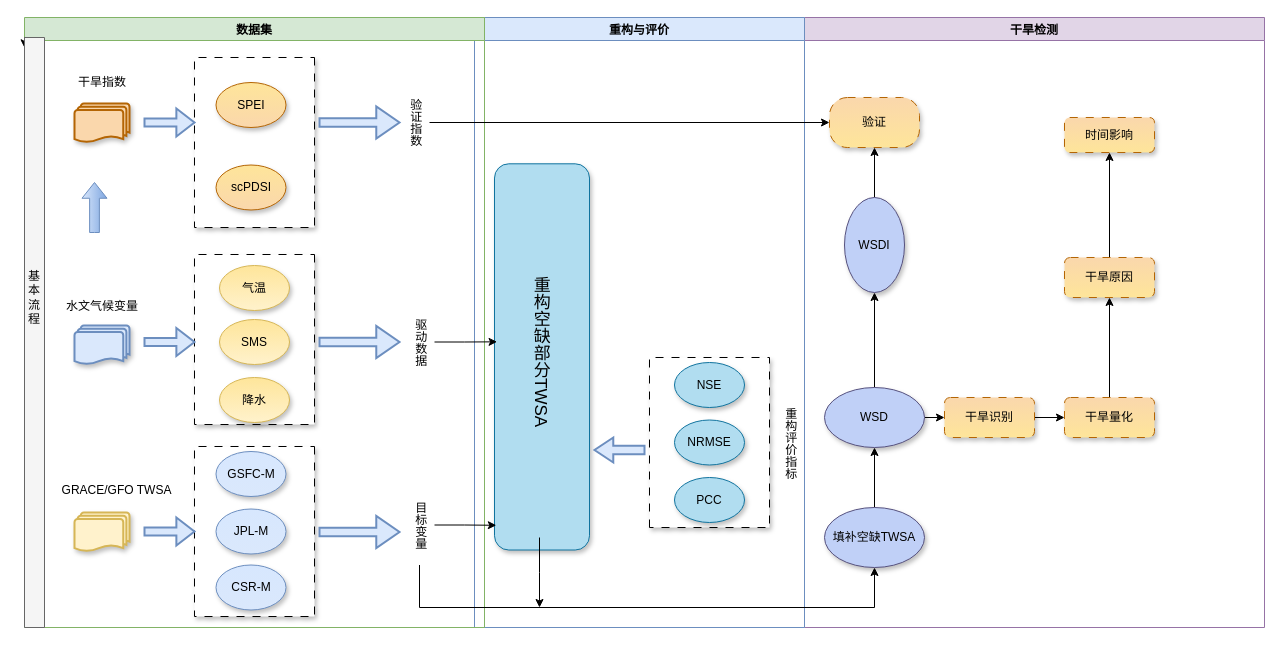
This is Drought.drawio from lesmorts/Notes, a draw.io file, before an edit. Source tidied: cells renumbered, new cells numbered last; positions are measured from the earlier drawing's top-left corner, leaving out a move shared by most shapes. Both pictures are drawn from the tidied source at 100%, with x=0, y=0 at pixel (24, 17).
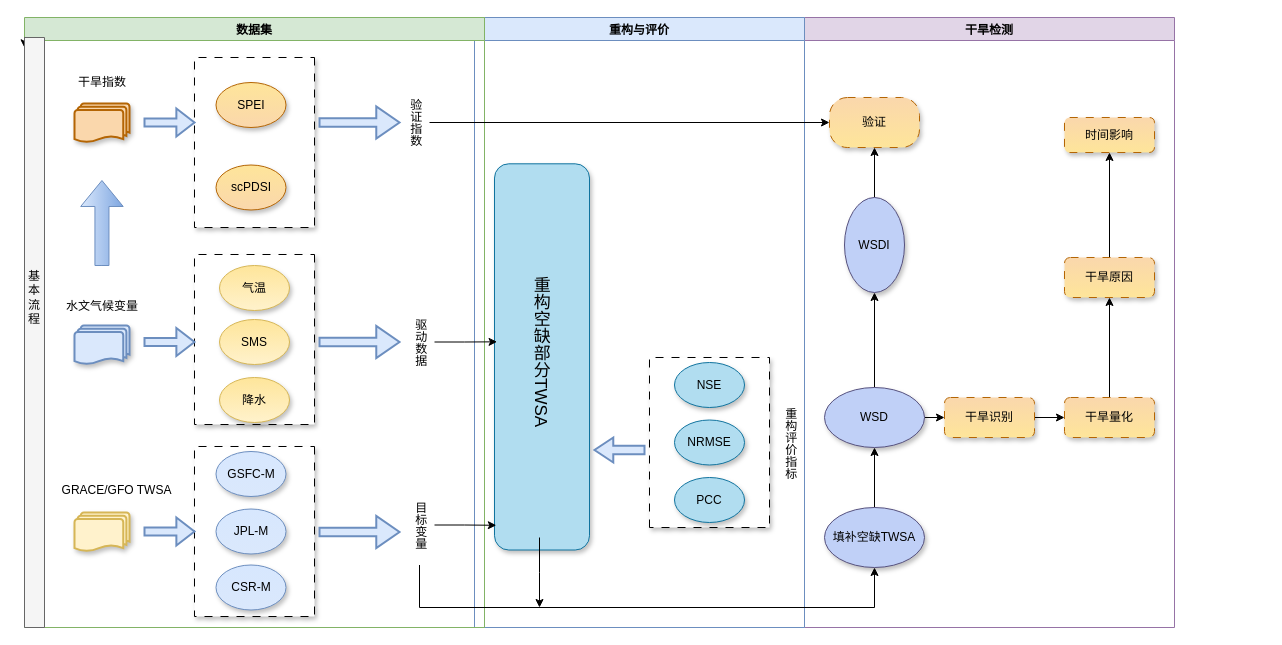
Above is the later version.

Unchanged cells that the change refers to:
```xml
<mxCell id="27" value="数据集" style="swimlane;fillColor=#d5e8d4;strokeColor=#82b366;" parent="1" vertex="1">
  <mxGeometry width="460" height="610" as="geometry" />
</mxCell>
```

Diff of the diagram source:
```diff
@@
     <mxCell id="2" value="干旱检测" style="swimlane;fillColor=#e1d5e7;strokeColor=#9673a6;" parent="1" vertex="1">
-      <mxGeometry x="780" width="460" height="610" as="geometry" />
+      <mxGeometry x="780" width="370" height="610" as="geometry" />
     </mxCell>
@@
-    <mxCell id="51" style="html=1;shadow=0;dashed=0;align=center;verticalAlign=middle;shape=mxgraph.arrows2.arrow;dy=0.61;dx=15.76;direction=north;notch=0;fillColor=#dae8fc;strokeColor=#6c8ebf;gradientColor=#7ea6e0;" parent="27" vertex="1">
-      <mxGeometry x="57.5" y="165" width="25" height="50" as="geometry" />
+    <mxCell id="51" style="html=1;shadow=0;dashed=0;align=center;verticalAlign=middle;shape=mxgraph.arrows2.arrow;dy=0.67;dx=25.97;direction=north;notch=0;fillColor=#dae8fc;strokeColor=#6c8ebf;gradientColor=#7ea6e0;" parent="27" vertex="1">
+      <mxGeometry x="56.2" y="163" width="42.5" height="85" as="geometry" />
     </mxCell>
```
